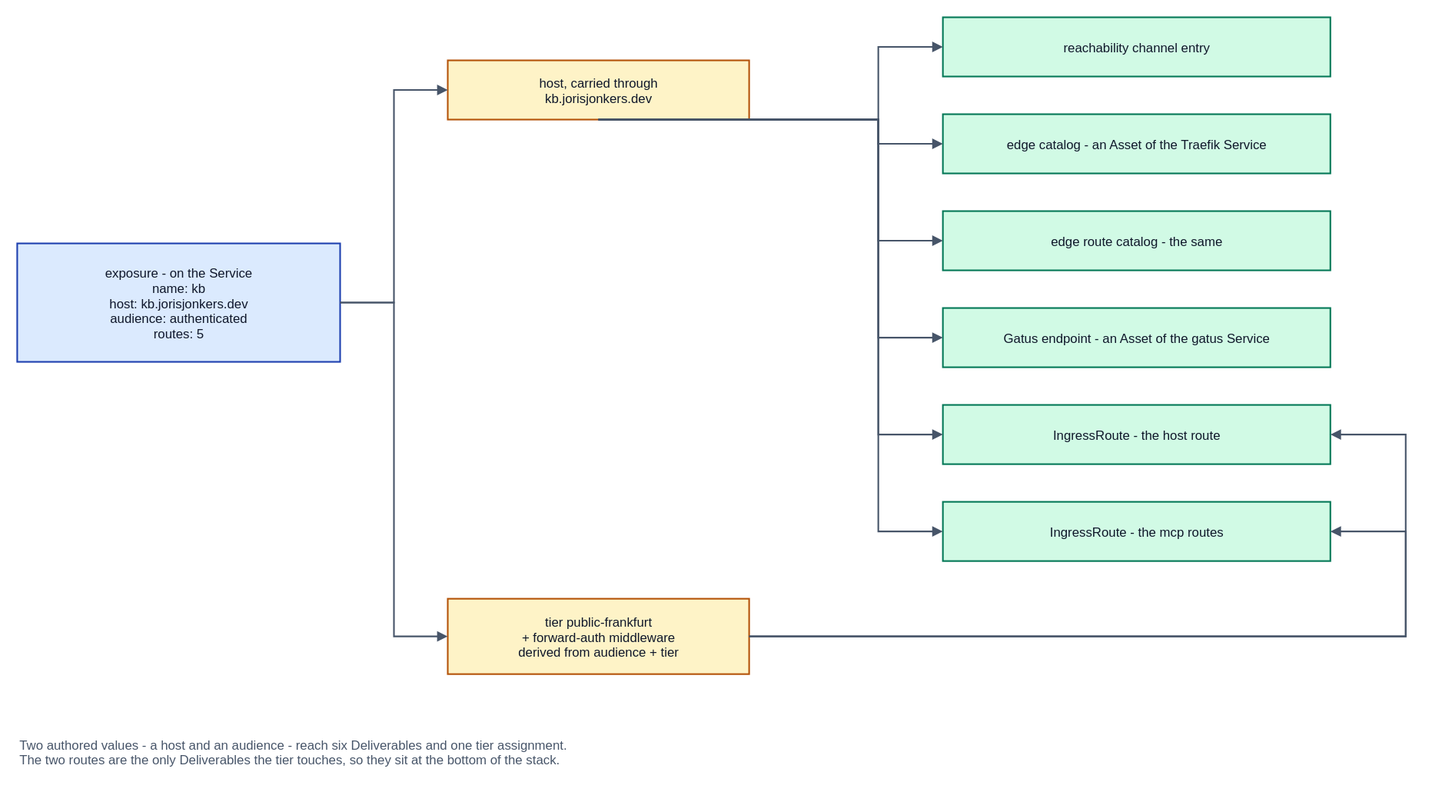
JorisJonkers-dev/deploy-kit keeps this draw.io diagram as spec/v1/diagrams/16-exposure-trace.drawio.svg. Above is the earlier version. Source tidied: cells renumbered, new cells last; positions are measured from the earlier drawing's top-left corner, leaving out a move shared by most shapes.
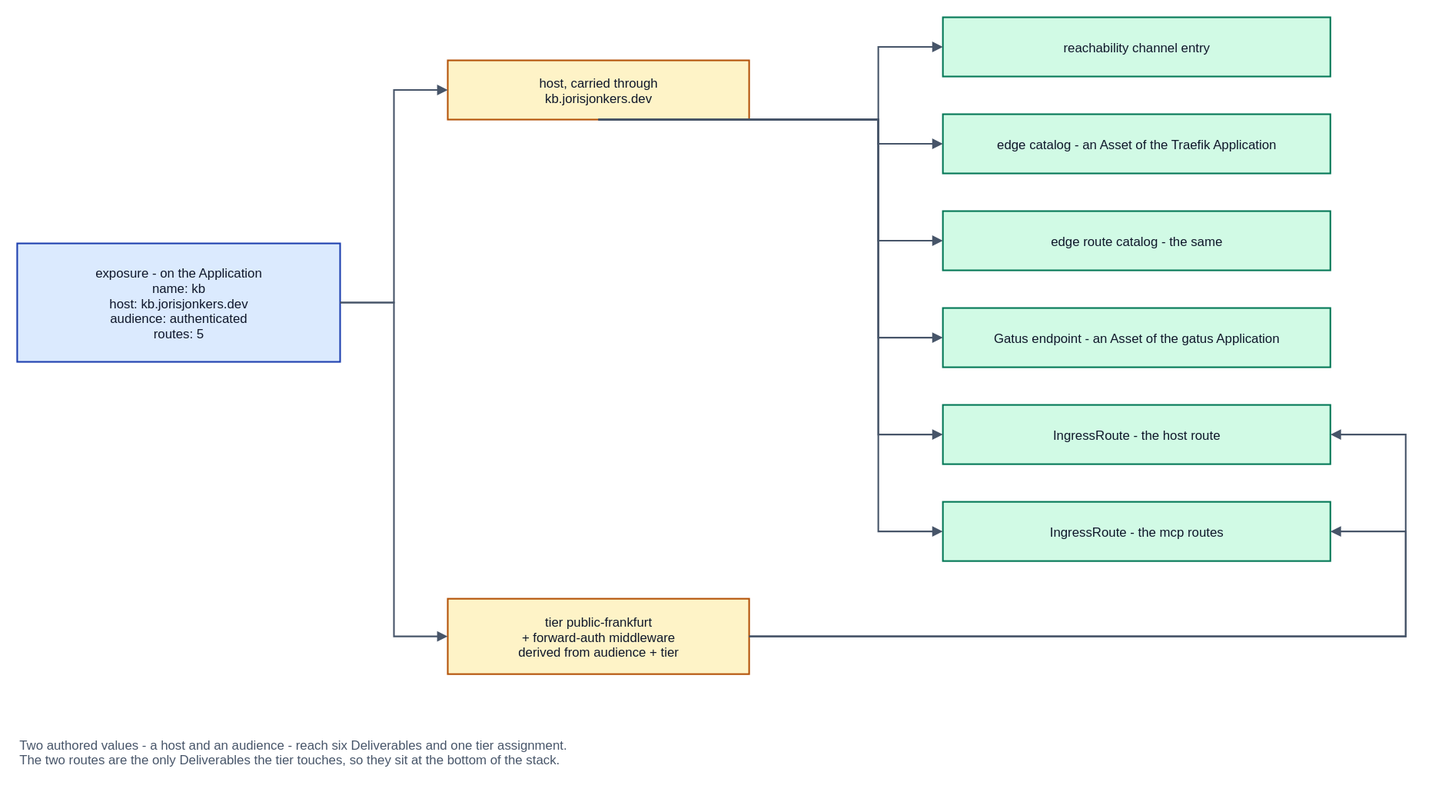
The same diagram one commit later.

What changed in the source:
```diff
@@ -2,7 +2,7 @@
   <root>
     <mxCell id="0" />
     <mxCell id="1" parent="0" />
-    <mxCell id="2" value="exposure - on the Service&#10;name: kb&#10;host: kb.jorisjonkers.dev&#10;audience: authenticated&#10;routes: 5" style="rounded=0;whiteSpace=nowrap;html=0;align=center;verticalAlign=middle;fillColor=#dbeafe;strokeColor=#1e40af;strokeWidth=1.5;fontFamily=Helvetica;fontSize=12;fontColor=#0f172a;" parent="1" vertex="1">
+    <mxCell id="2" value="exposure - on the Application&#10;name: kb&#10;host: kb.jorisjonkers.dev&#10;audience: authenticated&#10;routes: 5" style="rounded=0;whiteSpace=nowrap;html=0;align=center;verticalAlign=middle;fillColor=#dbeafe;strokeColor=#1e40af;strokeWidth=1.5;fontFamily=Helvetica;fontSize=12;fontColor=#0f172a;" parent="1" vertex="1">
       <mxGeometry y="210" width="300" height="110" as="geometry" />
     </mxCell>
     <mxCell id="3" value="host, carried through&#10;kb.jorisjonkers.dev" style="rounded=0;whiteSpace=nowrap;html=0;align=center;verticalAlign=middle;fillColor=#fef3c7;strokeColor=#b45309;strokeWidth=1.5;fontFamily=Helvetica;fontSize=12;fontColor=#0f172a;" parent="1" vertex="1">
@@ -14,13 +14,13 @@
     <mxCell id="5" value="reachability channel entry" style="rounded=0;whiteSpace=nowrap;html=0;align=center;verticalAlign=middle;fillColor=#d1fae5;strokeColor=#047857;strokeWidth=1.5;fontFamily=Helvetica;fontSize=12;fontColor=#0f172a;" parent="1" vertex="1">
       <mxGeometry x="860" width="360" height="55" as="geometry" />
     </mxCell>
-    <mxCell id="6" value="edge catalog - an Asset of the Traefik Service" style="rounded=0;whiteSpace=nowrap;html=0;align=center;verticalAlign=middle;fillColor=#d1fae5;strokeColor=#047857;strokeWidth=1.5;fontFamily=Helvetica;fontSize=12;fontColor=#0f172a;" parent="1" vertex="1">
+    <mxCell id="6" value="edge catalog - an Asset of the Traefik Application" style="rounded=0;whiteSpace=nowrap;html=0;align=center;verticalAlign=middle;fillColor=#d1fae5;strokeColor=#047857;strokeWidth=1.5;fontFamily=Helvetica;fontSize=12;fontColor=#0f172a;" parent="1" vertex="1">
       <mxGeometry x="860" y="90" width="360" height="55" as="geometry" />
     </mxCell>
     <mxCell id="7" value="edge route catalog - the same" style="rounded=0;whiteSpace=nowrap;html=0;align=center;verticalAlign=middle;fillColor=#d1fae5;strokeColor=#047857;strokeWidth=1.5;fontFamily=Helvetica;fontSize=12;fontColor=#0f172a;" parent="1" vertex="1">
       <mxGeometry x="860" y="180" width="360" height="55" as="geometry" />
     </mxCell>
-    <mxCell id="8" value="Gatus endpoint - an Asset of the gatus Service" style="rounded=0;whiteSpace=nowrap;html=0;align=center;verticalAlign=middle;fillColor=#d1fae5;strokeColor=#047857;strokeWidth=1.5;fontFamily=Helvetica;fontSize=12;fontColor=#0f172a;" parent="1" vertex="1">
+    <mxCell id="8" value="Gatus endpoint - an Asset of the gatus Application" style="rounded=0;whiteSpace=nowrap;html=0;align=center;verticalAlign=middle;fillColor=#d1fae5;strokeColor=#047857;strokeWidth=1.5;fontFamily=Helvetica;fontSize=12;fontColor=#0f172a;" parent="1" vertex="1">
       <mxGeometry x="860" y="270" width="360" height="55" as="geometry" />
     </mxCell>
     <mxCell id="9" value="IngressRoute - the host route" style="rounded=0;whiteSpace=nowrap;html=0;align=center;verticalAlign=middle;fillColor=#d1fae5;strokeColor=#047857;strokeWidth=1.5;fontFamily=Helvetica;fontSize=12;fontColor=#0f172a;" parent="1" vertex="1">
```
